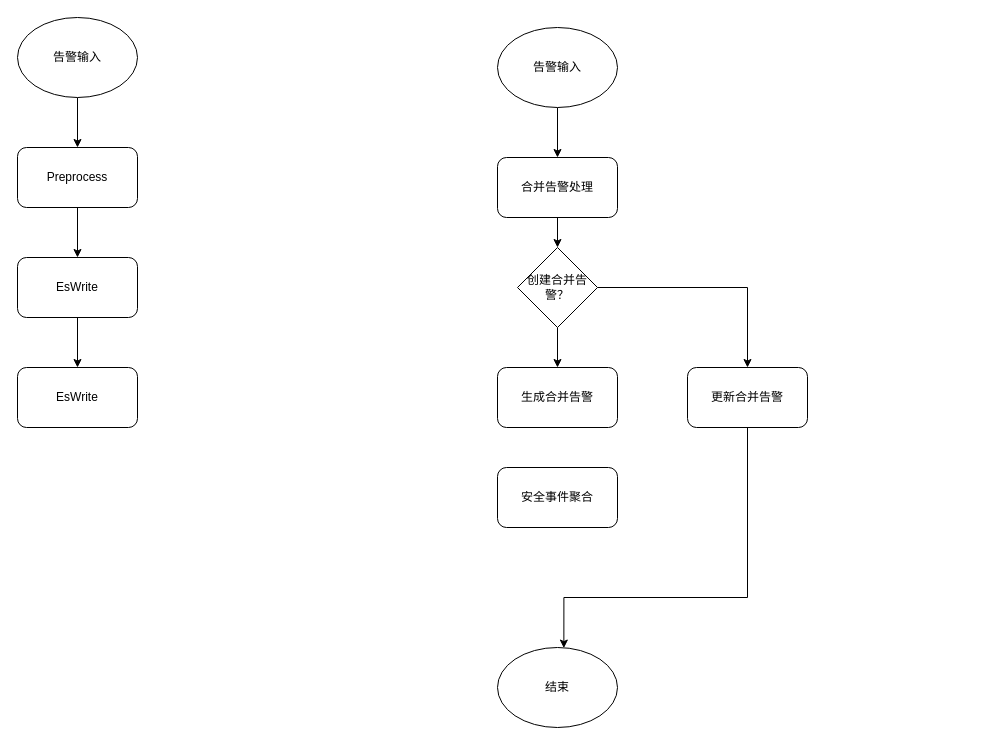
popvlovs/popvlovs-repository keeps this draw.io diagram as XDR安全事件技术方案.drawio. Above is the earlier version. Source tidied: cells renumbered, new cells numbered last; positions are measured from the earlier drawing's top-left corner, leaving out a move shared by most shapes. Both pictures are drawn from the tidied source at 100%, with x=0, y=0 at pixel (17, 17).
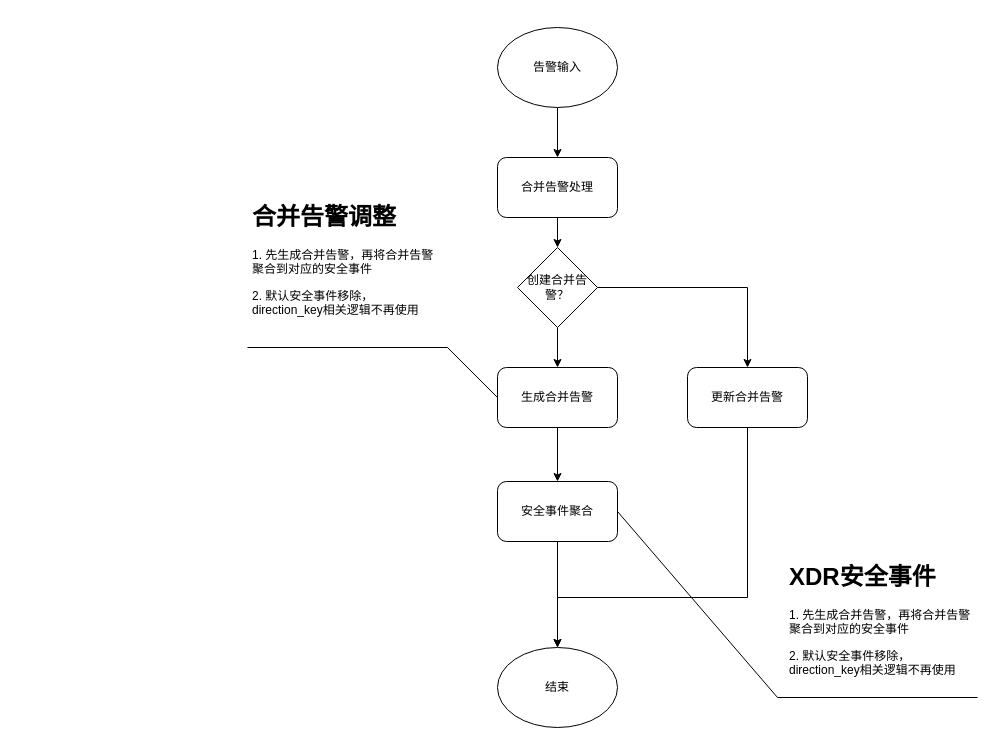
The same page after the edit.

Commit message (it also covers changes not shown here):
Update XDR安全事件技术方案.drawio

The change refers to these unchanged cells:
```xml
<mxCell id="16" value="生成合并告警" style="rounded=1;whiteSpace=wrap;html=1;" parent="1" vertex="1">
  <mxGeometry x="480" y="350" width="120" height="60" as="geometry" />
</mxCell>
<mxCell id="18" value="更新合并告警" style="rounded=1;whiteSpace=wrap;html=1;" parent="1" vertex="1">
  <mxGeometry x="670" y="350" width="120" height="60" as="geometry" />
</mxCell>
```

What changed in the source:
```diff
@@
-    <mxCell id="2" style="edgeStyle=orthogonalEdgeStyle;rounded=0;jettySize=auto;html=1;" parent="1" edge="1" source="3" target="5">
-      <mxGeometry relative="1" as="geometry" />
-    </mxCell>
-    <mxCell id="3" value="告警输入" style="ellipse;whiteSpace=wrap;html=1;" parent="1" vertex="1">
-      <mxGeometry width="120" height="80" as="geometry" />
-    </mxCell>
-    <mxCell id="4" style="edgeStyle=orthogonalEdgeStyle;rounded=0;jettySize=auto;html=1;" parent="1" edge="1" source="5" target="7">
-      <mxGeometry relative="1" as="geometry" />
-    </mxCell>
-    <mxCell id="5" value="Preprocess" style="rounded=1;whiteSpace=wrap;html=1;" parent="1" vertex="1">
-      <mxGeometry y="130" width="120" height="60" as="geometry" />
-    </mxCell>
-    <mxCell id="6" style="edgeStyle=orthogonalEdgeStyle;rounded=0;jettySize=auto;html=1;" parent="1" edge="1" source="7" target="8">
-      <mxGeometry relative="1" as="geometry" />
-    </mxCell>
-    <mxCell id="7" value="EsWrite" style="rounded=1;whiteSpace=wrap;html=1;" parent="1" vertex="1">
-      <mxGeometry y="240" width="120" height="60" as="geometry" />
-    </mxCell>
-    <mxCell id="8" value="EsWrite" style="rounded=1;whiteSpace=wrap;html=1;" parent="1" vertex="1">
-      <mxGeometry y="350" width="120" height="60" as="geometry" />
-    </mxCell>
@@
+    <mxCell id="21" style="edgeStyle=orthogonalEdgeStyle;rounded=0;jettySize=auto;html=1;" parent="1" edge="1" source="16" target="20">
+      <mxGeometry relative="1" as="geometry" />
+    </mxCell>
@@
-    <mxCell id="17" style="edgeStyle=orthogonalEdgeStyle;rounded=0;jettySize=auto;html=1;entryX=0.553;entryY=0.007;entryDx=0;entryDy=0;entryPerimeter=0;" parent="1" edge="1" source="18" target="19">
+    <mxCell id="17" style="edgeStyle=orthogonalEdgeStyle;rounded=0;jettySize=auto;html=1;" parent="1" edge="1" source="18" target="19">
       <mxGeometry relative="1" as="geometry">
         <Array as="points">
           <mxPoint x="730" y="580" />
-          <mxPoint x="546" y="580" />
+          <mxPoint x="540" y="580" />
         </Array>
       </mxGeometry>
     </mxCell>
+    <mxCell id="19" value="结束" style="ellipse;whiteSpace=wrap;html=1;" parent="1" vertex="1">
+      <mxGeometry x="480" y="630" width="120" height="80" as="geometry" />
+    </mxCell>
@@
-    <mxCell id="19" value="结束" style="ellipse;whiteSpace=wrap;html=1;" parent="1" vertex="1">
-      <mxGeometry x="480" y="630" width="120" height="80" as="geometry" />
-    </mxCell>
+    <mxCell id="22" style="edgeStyle=orthogonalEdgeStyle;rounded=0;jettySize=auto;html=1;" parent="1" edge="1" source="20" target="19">
+      <mxGeometry relative="1" as="geometry" />
+    </mxCell>
     <mxCell id="20" value="安全事件聚合" style="rounded=1;whiteSpace=wrap;html=1;" parent="1" vertex="1">
-      <mxGeometry x="480" y="450" width="120" height="60" as="geometry" />
+      <mxGeometry x="480" y="464" width="120" height="60" as="geometry" />
     </mxCell>
+    <mxCell id="23" value="&lt;h1&gt;合并告警调整&lt;/h1&gt;&lt;p&gt;1. 先生成合并告警，再将合并告警聚合到对应的安全事件&lt;/p&gt;&lt;p&gt;2. 默认安全事件移除，direction_key相关逻辑不再使用&lt;/p&gt;" style="text;html=1;strokeColor=none;fillColor=none;spacing=5;spacingTop=-20;whiteSpace=wrap;overflow=hidden;rounded=0;" parent="1" vertex="1">
+      <mxGeometry x="230" y="180" width="190" height="155" as="geometry" />
+    </mxCell>
+    <mxCell id="24" style="endArrow=none;html=1;rounded=0;endFill=0;exitX=1;exitY=0.5;exitDx=0;exitDy=0;" parent="1" edge="1" source="20">
+      <mxGeometry relative="1" as="geometry">
+        <mxPoint x="960" y="680" as="targetPoint" />
+        <Array as="points">
+          <mxPoint x="760" y="680" />
+        </Array>
+      </mxGeometry>
+    </mxCell>
+    <mxCell id="25" style="endArrow=none;html=1;rounded=0;exitX=0;exitY=0.5;exitDx=0;exitDy=0;endFill=0;" parent="1" edge="1" source="16">
+      <mxGeometry relative="1" as="geometry">
+        <mxPoint x="230" y="330" as="targetPoint" />
+        <Array as="points">
+          <mxPoint x="430" y="330" />
+        </Array>
+      </mxGeometry>
+    </mxCell>
+    <mxCell id="26" value="&lt;h1&gt;XDR安全事件&lt;/h1&gt;&lt;p&gt;1. 先生成合并告警，再将合并告警聚合到对应的安全事件&lt;/p&gt;&lt;p&gt;2. 默认安全事件移除，direction_key相关逻辑不再使用&lt;/p&gt;" style="text;html=1;strokeColor=none;fillColor=none;spacing=5;spacingTop=-20;whiteSpace=wrap;overflow=hidden;rounded=0;" parent="1" vertex="1">
+      <mxGeometry x="767" y="540" width="190" height="155" as="geometry" />
+    </mxCell>
```
